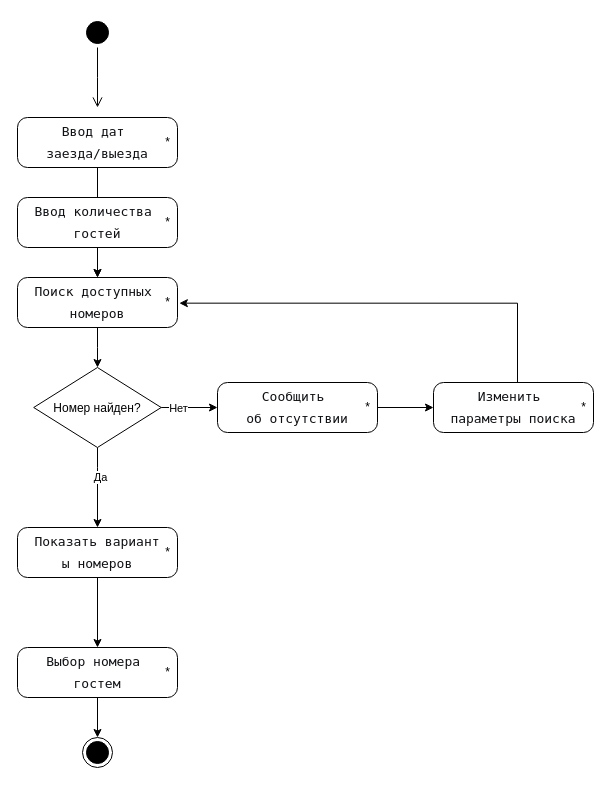
Earlier version of the draw.io diagram lab1/diagrams/activity.drawio (Elizaveta-Borovik/visual-programming-labs-Borovik). Source tidied: cells renumbered, new cells numbered last; positions are measured from the earlier drawing's top-left corner, leaving out a move shared by most shapes. Both pictures are drawn from the tidied source at 100%, with x=0, y=0 at pixel (17, 17).
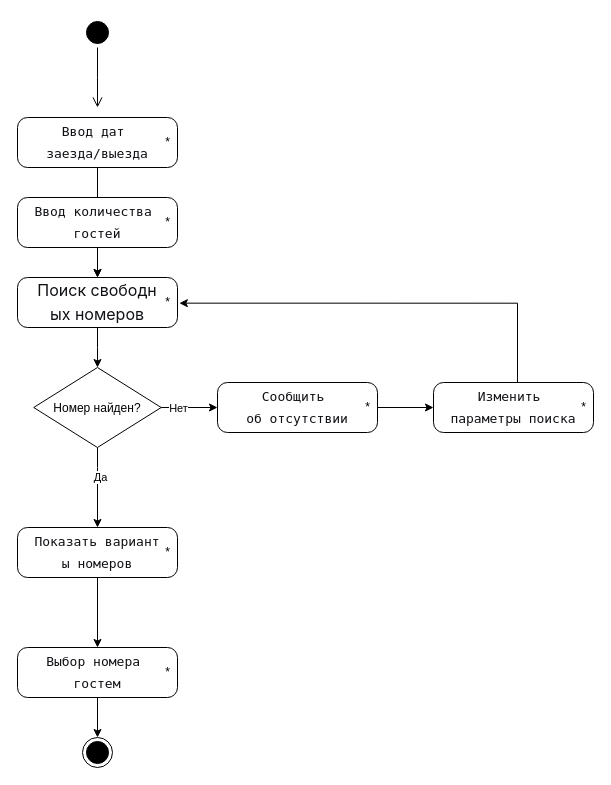
The same page after the edit.

Commit message (it also covers changes not shown here):
Update UML Activity: add minor change

Change to the diagram source:
```diff
@@
-    <mxCell id="16" value="&lt;pre style=&quot;font-style: normal; font-variant: normal; font-size-adjust: none; font-language-override: normal; font-kerning: auto; font-optical-sizing: auto; font-feature-settings: normal; font-variation-settings: normal; font-stretch: normal; font-size: 13px; line-height: 22px; font-family: Menlo, Monaco, Consolas, &amp;quot;Cascadia Mono&amp;quot;, &amp;quot;Ubuntu Mono&amp;quot;, &amp;quot;DejaVu Sans Mono&amp;quot;, &amp;quot;Liberation Mono&amp;quot;, &amp;quot;JetBrains Mono&amp;quot;, &amp;quot;Fira Code&amp;quot;, Cousine, &amp;quot;Roboto Mono&amp;quot;, &amp;quot;Courier New&amp;quot;, Courier, sans-serif, system-ui; overflow: auto; white-space: pre-wrap; word-break: break-all; padding: 16px; color: rgb(15, 17, 21); margin: 0px !important;&quot;&gt;Поиск доступных &lt;br&gt;номеров&lt;/pre&gt;" style="html=1;dashed=0;rounded=1;absoluteArcSize=1;arcSize=20;verticalAlign=middle;align=center;whiteSpace=wrap;" parent="1" vertex="1">
+    <mxCell id="16" value="&lt;pre style=&quot;font-style: normal; font-variant: normal; font-size-adjust: none; font-language-override: normal; font-kerning: auto; font-optical-sizing: auto; font-feature-settings: normal; font-variation-settings: normal; font-stretch: normal; font-size: 13px; line-height: 22px; font-family: Menlo, Monaco, Consolas, &amp;quot;Cascadia Mono&amp;quot;, &amp;quot;Ubuntu Mono&amp;quot;, &amp;quot;DejaVu Sans Mono&amp;quot;, &amp;quot;Liberation Mono&amp;quot;, &amp;quot;JetBrains Mono&amp;quot;, &amp;quot;Fira Code&amp;quot;, Cousine, &amp;quot;Roboto Mono&amp;quot;, &amp;quot;Courier New&amp;quot;, Courier, sans-serif, system-ui; overflow: auto; white-space: pre-wrap; word-break: break-all; padding: 16px; color: rgb(15, 17, 21); margin: 0px !important;&quot;&gt;&lt;span style=&quot;font-family: quote-cjk-patch, Inter, system-ui, -apple-system, BlinkMacSystemFont, &amp;quot;Segoe UI&amp;quot;, Roboto, Oxygen, Ubuntu, Cantarell, &amp;quot;Open Sans&amp;quot;, &amp;quot;Helvetica Neue&amp;quot;, sans-serif; font-size: 16px; text-align: start; white-space: normal; background-color: rgb(255, 255, 255);&quot;&gt;Поиск свободных номеров&lt;/span&gt;&lt;/pre&gt;" style="html=1;dashed=0;rounded=1;absoluteArcSize=1;arcSize=20;verticalAlign=middle;align=center;whiteSpace=wrap;" parent="1" vertex="1">
       <mxGeometry y="260" width="160" height="50" as="geometry" />
     </mxCell>
```
